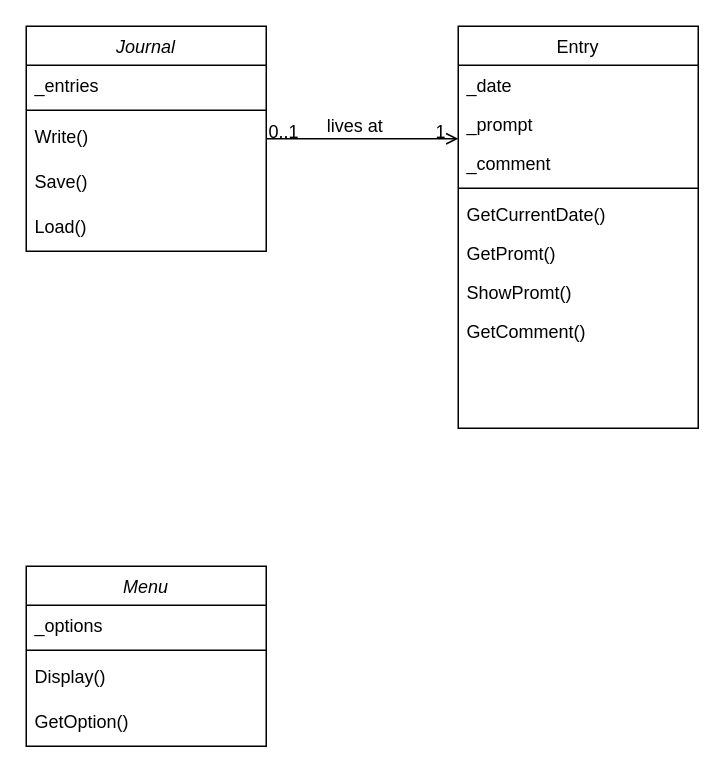
Before: assets/JournalDiagram.drawio in neorgon/cse210-hw, a draw.io diagram. Source tidied: cells renumbered, new cells numbered last; positions are measured from the earlier drawing's top-left corner, leaving out a move shared by most shapes. Both pictures are drawn from the tidied source at 150%, with x=0, y=0 at pixel (26, 26).
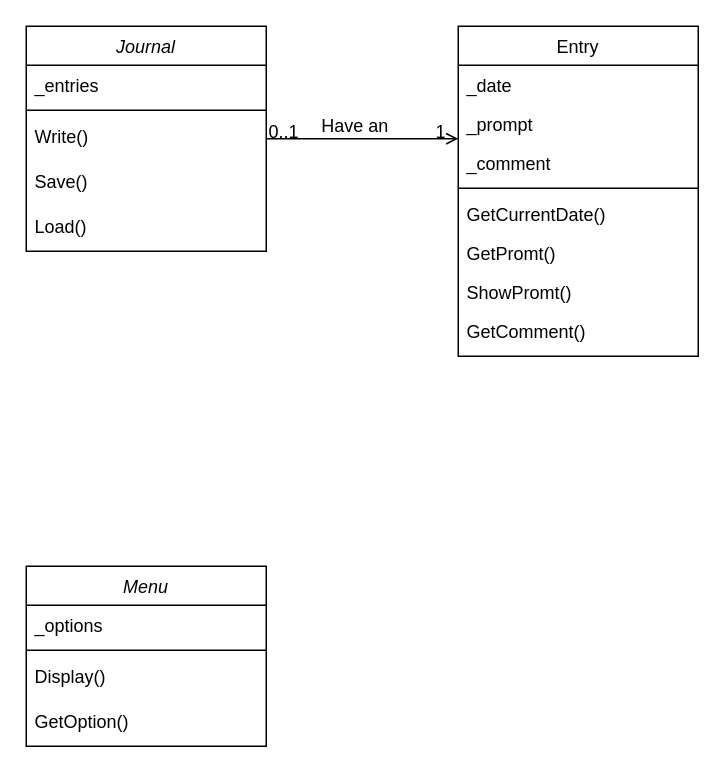
Above is the later version.

Commit message:
Create relationship between Journal class and Entry class

The change refers to these unchanged cells:
```xml
<mxCell id="17" style="endArrow=open;shadow=0;strokeWidth=1;rounded=0;endFill=1;edgeStyle=elbowEdgeStyle;elbow=vertical;" parent="1" edge="1" source="2" target="8">
  <mxGeometry x="0.5" y="41" relative="1" as="geometry">
    <mxPoint x="-40" y="32" as="offset" />
  </mxGeometry>
</mxCell>
```

Change to the diagram source:
```diff
@@
     <mxCell id="8" value="Entry" style="swimlane;fontStyle=0;align=center;verticalAlign=top;horizontal=1;startSize=26;rounded=0;shadow=0;strokeWidth=1;" parent="1" vertex="1">
-      <mxGeometry x="288" width="160" height="268" as="geometry" />
+      <mxGeometry x="288" width="160" height="220" as="geometry" />
     </mxCell>
@@
-    <mxCell id="20" value="lives at" style="text;html=1;align=center;verticalAlign=middle;labelBackgroundColor=none;rounded=0;shadow=0;strokeWidth=1;fontSize=12;" parent="17" vertex="1">
+    <mxCell id="20" value="Have an" style="text;html=1;align=center;verticalAlign=middle;labelBackgroundColor=none;rounded=0;shadow=0;strokeWidth=1;fontSize=12;" parent="17" vertex="1">
       <mxGeometry x="0.5" y="49" relative="1" as="geometry">
         <mxPoint x="-38" y="40" as="offset" />
       </mxGeometry>
     </mxCell>
```
